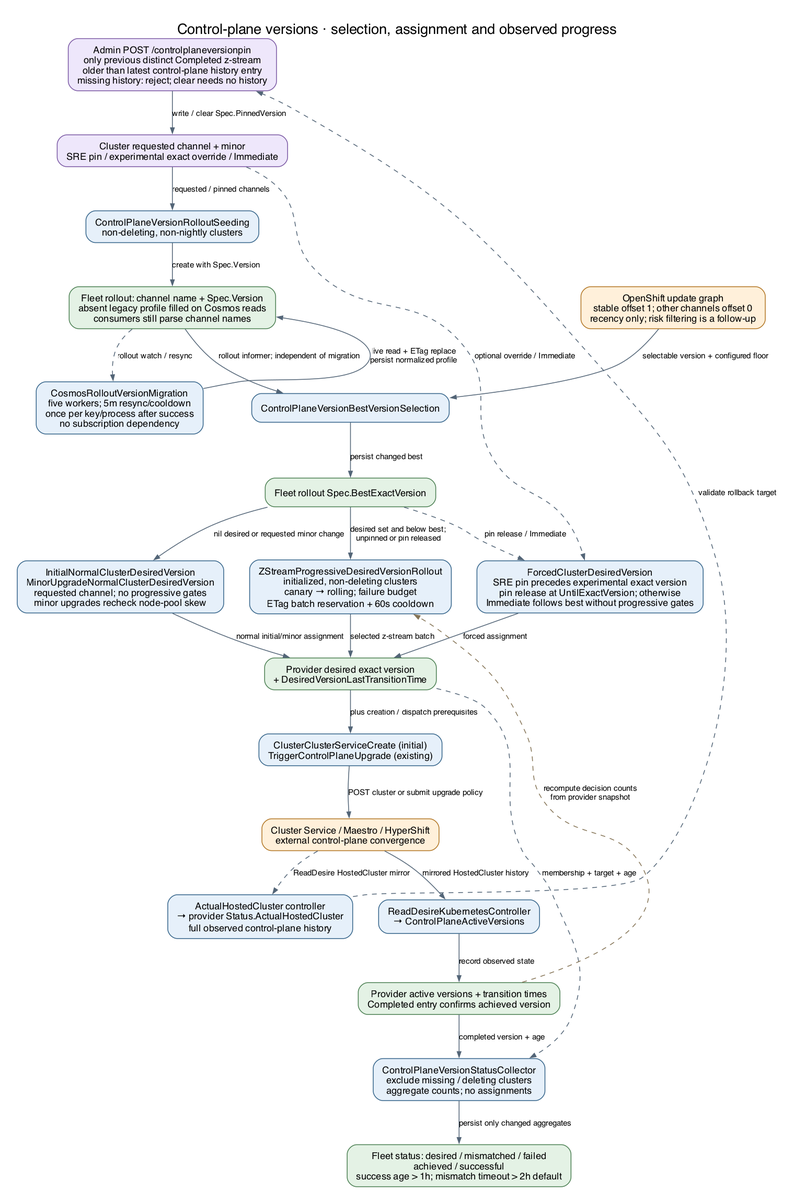
Earlier version of the Graphviz export docs/diagrams/controller-flows/control-plane-version-rollout.png (Azure/ARO-HCP). Its source is kept beside it as docs/diagrams/controller-flows/control-plane-version-rollout.dot.
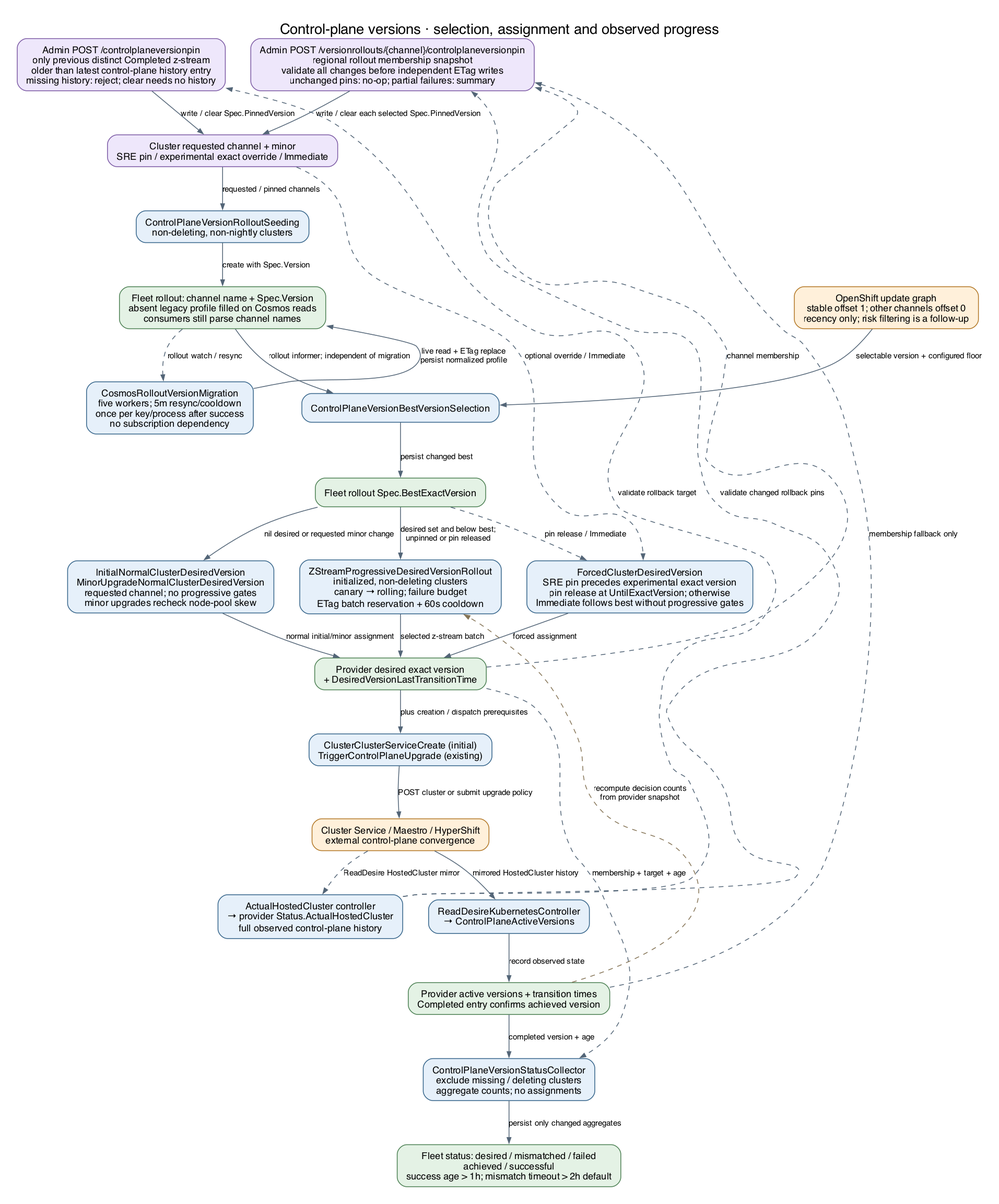
Above is the later version.

Commit message:
feat: add fleet-wide version pin by y-stream channel (ARO-29825)

The edit, as a diff of the source:
```diff
@@ -4,6 +4,7 @@
   edge [color="#536577", fontname="DejaVu Sans", fontsize=10, arrowsize=0.7];
   request [label="Cluster requested channel + minor\nSRE pin / experimental exact override / Immediate", fillcolor="#eee7fb", color="#7b59a4"];
   pin [label="Admin POST /controlplaneversionpin\nonly previous distinct Completed z-stream\nolder than latest control-plane history entry\nmissing history: reject; clear needs no history", fillcolor="#eee7fb", color="#7b59a4"];
+  fleetpin [label="Admin POST /versionrollouts/{channel}/controlplaneversionpin\nregional rollout membership snapshot\nvalidate all changes before independent ETag writes\nunchanged pins: no-op; partial failures: summary", fillcolor="#eee7fb", color="#7b59a4"];
   actual [label="ActualHostedCluster controller\n→ provider Status.ActualHostedCluster\nfull observed control-plane history"];
   seed [label="ControlPlaneVersionRolloutSeeding\nnon-deleting, non-nightly clusters"];
   rollout [label="Fleet rollout: channel name + Spec.Version\nabsent legacy profile filled on Cosmos reads\nconsumers still parse channel names", fillcolor="#e4f2e5", color="#4c8053"];
@@ -23,6 +24,10 @@
   counts [label="Fleet status: desired / mismatched / failed\nachieved / successful\nsuccess age > 1h; mismatch timeout > 2h default", fillcolor="#e4f2e5", color="#4c8053"];
   request -> seed [label="requested / pinned channels"];
   pin -> request [label="write / clear Spec.PinnedVersion"];
+  fleetpin -> request [label="write / clear each selected Spec.PinnedVersion"];
+  actual -> fleetpin [label="validate changed rollback pins", style=dashed, constraint=false];
+  desired -> fleetpin [label="channel membership", style=dashed, constraint=false];
+  history -> fleetpin [label="membership fallback only", style=dashed, constraint=false];
   seed -> rollout [label="create with Spec.Version"];
   rollout -> best [label="rollout informer; independent of migration"];
   rollout -> migration [label="rollout watch / resync", style=dashed];
```
